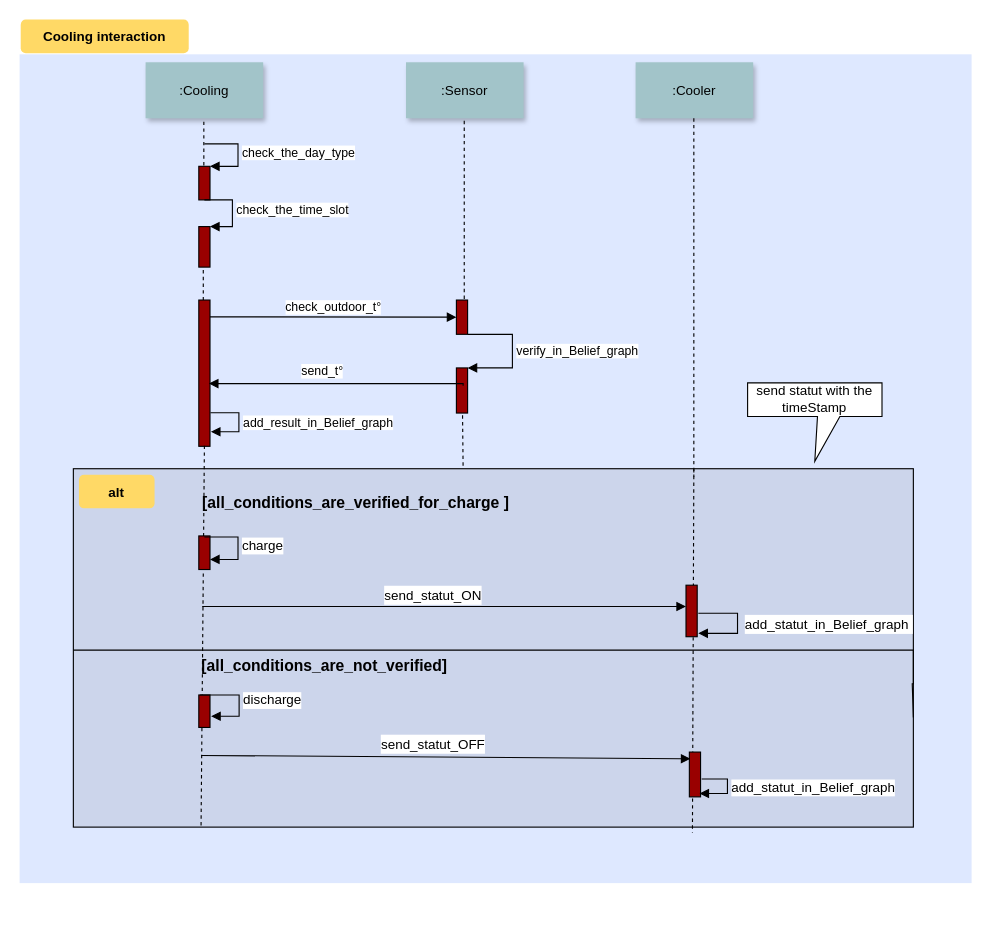
Above: page "Page-1" (1 of 4) of Untitled Diagram.drawio in MiriamZawadi/-checs (draw.io), before the change. Source tidied: cells renumbered, new cells numbered last; positions are measured from the earlier drawing's top-left corner, leaving out a move shared by most shapes. Both pictures are drawn from the tidied source at 112%, with x=0, y=0 at pixel (19, 19).
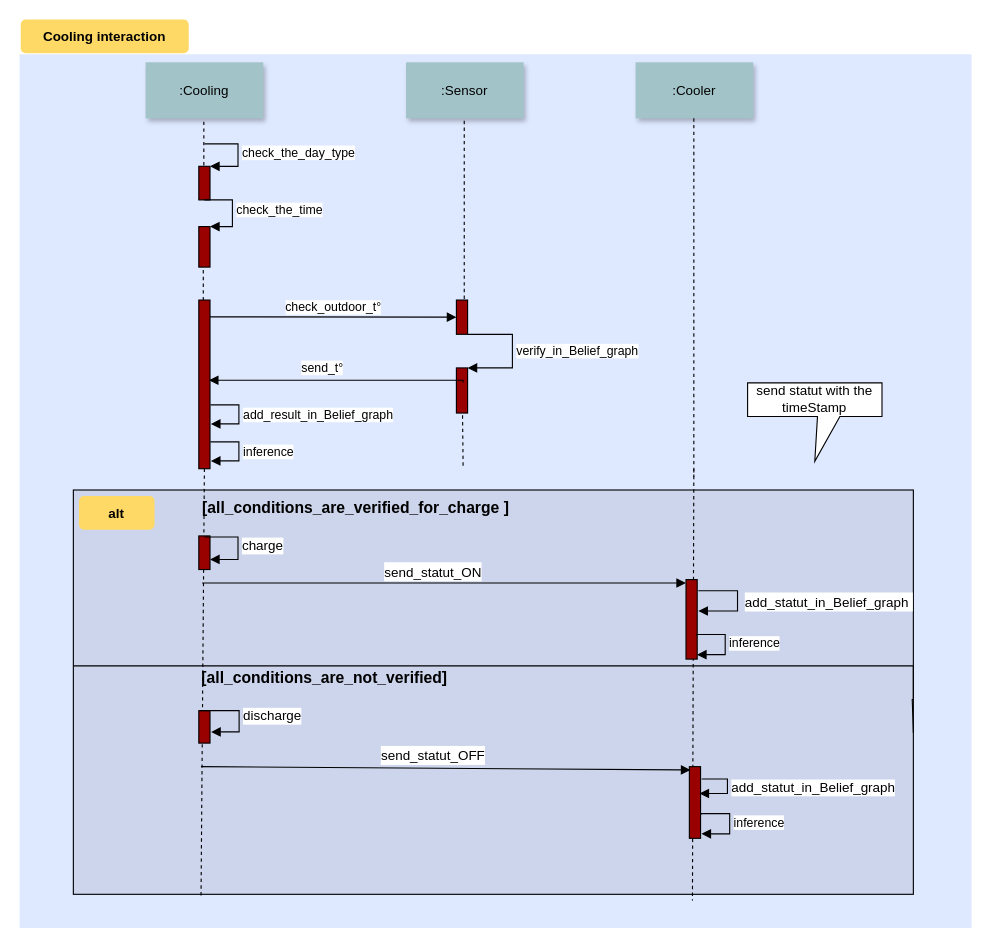
After the change.

Unchanged cells that the change refers to:
```xml
<mxCell id="12" style="html=1;points=[];perimeter=orthogonalPerimeter;strokeColor=#000000;fillColor=#990000;" parent="1" vertex="1">
  <mxGeometry x="160" y="184.8" width="10" height="36.2" as="geometry" />
</mxCell>
```

The edit, as a diff of the source:
```diff
@@
     <mxCell id="2" style="fillColor=#DEE8FF;strokeColor=none;" parent="1" vertex="1">
-      <mxGeometry y="31" width="850" height="740" as="geometry" />
+      <mxGeometry y="31" width="850" height="780" as="geometry" />
     </mxCell>
     <mxCell id="3" style="fillColor=#CCD5EB;" parent="1" vertex="1">
-      <mxGeometry x="48" y="401" width="750" height="320" as="geometry" />
+      <mxGeometry x="48" y="420" width="750" height="361" as="geometry" />
     </mxCell>
@@
-    <mxCell id="13" value="check_the_time_slot" style="edgeStyle=orthogonalEdgeStyle;html=1;align=left;spacingLeft=2;endArrow=block;rounded=0;entryX=1;entryY=0;fillColor=#990000;" parent="1" edge="1" target="12">
+    <mxCell id="13" value="check_the_time" style="edgeStyle=orthogonalEdgeStyle;html=1;align=left;spacingLeft=2;endArrow=block;rounded=0;entryX=1;entryY=0;fillColor=#990000;" parent="1" edge="1" target="12">
       <mxGeometry relative="1" as="geometry">
         <mxPoint x="165" y="161" as="sourcePoint" />
         <Array as="points">
           <mxPoint x="190" y="161" />
           <mxPoint x="190" y="185" />
         </Array>
       </mxGeometry>
     </mxCell>
     <mxCell id="14" style="html=1;points=[];perimeter=orthogonalPerimeter;strokeColor=#000000;fillColor=#990000;" parent="1" vertex="1">
-      <mxGeometry x="160" y="250.4" width="10" height="130.6" as="geometry" />
+      <mxGeometry x="160" y="250.4" width="10" height="150.6" as="geometry" />
     </mxCell>
@@
     <mxCell id="19" value="send_t°" style="endArrow=block;endFill=1;html=1;edgeStyle=orthogonalEdgeStyle;align=left;verticalAlign=top;rounded=0;fillColor=#990000;exitX=0.9;exitY=0.397;exitDx=0;exitDy=0;exitPerimeter=0;entryX=1.2;entryY=0.571;entryDx=0;entryDy=0;entryPerimeter=0;" parent="1" edge="1">
       <mxGeometry x="0.29" y="-24" relative="1" as="geometry">
-        <mxPoint x="396" y="327" as="sourcePoint" />
-        <mxPoint x="169" y="325" as="targetPoint" />
+        <mxPoint x="396" y="324" as="sourcePoint" />
+        <mxPoint x="169" y="322" as="targetPoint" />
         <Array as="points">
-          <mxPoint x="396" y="325" />
+          <mxPoint x="396" y="322" />
         </Array>
       </mxGeometry>
     </mxCell>
     <mxCell id="20" value="add_result_in_Belief_graph" style="edgeStyle=orthogonalEdgeStyle;html=1;align=left;spacingLeft=2;endArrow=block;rounded=0;fillColor=#990000;" parent="1" edge="1">
       <mxGeometry relative="1" as="geometry">
-        <mxPoint x="170.4" y="351" as="sourcePoint" />
-        <mxPoint x="170.8" y="368" as="targetPoint" />
+        <mxPoint x="170.4" y="344" as="sourcePoint" />
+        <mxPoint x="170.8" y="361" as="targetPoint" />
         <Array as="points">
-          <mxPoint x="195.8" y="351" />
-          <mxPoint x="195.8" y="368" />
+          <mxPoint x="195.8" y="344" />
+          <mxPoint x="195.8" y="361" />
         </Array>
       </mxGeometry>
     </mxCell>
@@
     <mxCell id="22" value="alt" style="rounded=1;fontStyle=1;fillColor=#FFD966;strokeColor=none;" parent="1" vertex="1">
-      <mxGeometry x="53" y="406.4" width="67.5" height="30" as="geometry" />
+      <mxGeometry x="53" y="425.4" width="67.5" height="30" as="geometry" />
     </mxCell>
     <mxCell id="23" value="&lt;h1&gt;&lt;font style=&quot;font-size: 14px;&quot;&gt;&lt;span style=&quot;white-space: pre;&quot;&gt; &lt;span style=&quot;white-space: pre;&quot;&gt; &lt;/span&gt;&lt;/span&gt;[all_conditions_are_verified_for_charge ]&lt;/font&gt;&lt;/h1&gt;" style="text;html=1;align=center;verticalAlign=middle;fillColor=none;strokeColor=none;rounded=0;" parent="1" vertex="1">
-      <mxGeometry x="116" y="394.4" width="360" height="70" as="geometry" />
+      <mxGeometry x="115.5" y="398" width="360" height="70" as="geometry" />
     </mxCell>
     <mxCell id="24" style="edgeStyle=none;endArrow=none;dashed=1;entryX=0.152;entryY=1.003;entryDx=0;entryDy=0;entryPerimeter=0;" parent="1" edge="1" target="3">
       <mxGeometry x="74.3" y="454.5" as="geometry">
-        <mxPoint x="165" y="380.5" as="sourcePoint" />
+        <mxPoint x="165" y="401" as="sourcePoint" />
       </mxGeometry>
     </mxCell>
@@
     <mxCell id="26" style="html=1;verticalAlign=bottom;endArrow=block;rounded=0;fontSize=14;fillColor=#990000;" parent="1" edge="1">
       <mxGeometry relative="1" as="geometry">
-        <mxPoint x="163" y="524" as="sourcePoint" />
-        <mxPoint x="595" y="524" as="targetPoint" />
+        <mxPoint x="163" y="503" as="sourcePoint" />
+        <mxPoint x="595" y="503" as="targetPoint" />
       </mxGeometry>
     </mxCell>
@@
     <mxCell id="30" style="endArrow=none;html=1;edgeStyle=orthogonalEdgeStyle;rounded=0;fontSize=12;fillColor=#990000;" parent="1" edge="1">
       <mxGeometry relative="1" as="geometry">
-        <mxPoint x="48" y="563" as="sourcePoint" />
-        <mxPoint x="798" y="623" as="targetPoint" />
+        <mxPoint x="48" y="577" as="sourcePoint" />
+        <mxPoint x="798" y="637" as="targetPoint" />
         <Array as="points">
-          <mxPoint x="798" y="563" />
-          <mxPoint x="798" y="593" />
-          <mxPoint x="797" y="593" />
+          <mxPoint x="798" y="577" />
+          <mxPoint x="798" y="607" />
+          <mxPoint x="797" y="607" />
         </Array>
       </mxGeometry>
     </mxCell>
     <mxCell id="31" value="&lt;h1&gt;&lt;font style=&quot;font-size: 14px;&quot;&gt;[all_conditions_are_not_verified]&lt;/font&gt;&lt;/h1&gt;" style="text;html=1;align=center;verticalAlign=middle;fillColor=none;strokeColor=none;rounded=0;fontSize=12;" parent="1" vertex="1">
-      <mxGeometry x="152" y="539" width="240" height="70" as="geometry" />
+      <mxGeometry x="152" y="550" width="240" height="70" as="geometry" />
     </mxCell>
     <mxCell id="32" style="html=1;verticalAlign=bottom;endArrow=block;rounded=0;fontSize=14;fillColor=#990000;" parent="1" edge="1">
       <mxGeometry relative="1" as="geometry">
-        <mxPoint x="162" y="657" as="sourcePoint" />
-        <mxPoint x="599" y="660" as="targetPoint" />
+        <mxPoint x="162" y="667" as="sourcePoint" />
+        <mxPoint x="599" y="670" as="targetPoint" />
       </mxGeometry>
     </mxCell>
@@
     <mxCell id="34" style="html=1;perimeter=orthogonalPerimeter;fontSize=14;strokeColor=#000000;fillColor=#990000;" parent="1" vertex="1">
-      <mxGeometry x="595" y="505" width="10" height="46" as="geometry" />
+      <mxGeometry x="595" y="500" width="10" height="71" as="geometry" />
     </mxCell>
     <mxCell id="35" value="&lt;font style=&quot;font-size: 12px;&quot;&gt;add_statut_in_Belief_graph&lt;/font&gt;&amp;nbsp;" style="edgeStyle=orthogonalEdgeStyle;html=1;align=left;spacingLeft=2;endArrow=block;rounded=0;entryX=1;entryY=0;fontSize=14;fillColor=#990000;" parent="1" edge="1">
       <mxGeometry x="0.02" y="3" relative="1" as="geometry">
-        <mxPoint x="606" y="530" as="sourcePoint" />
-        <mxPoint x="606" y="548" as="targetPoint" />
+        <mxPoint x="606" y="510" as="sourcePoint" />
+        <mxPoint x="606" y="528" as="targetPoint" />
         <Array as="points">
-          <mxPoint x="641" y="530" />
-          <mxPoint x="641" y="548" />
+          <mxPoint x="641" y="510" />
+          <mxPoint x="641" y="528" />
         </Array>
       </mxGeometry>
     </mxCell>
     <mxCell id="36" style="html=1;perimeter=orthogonalPerimeter;fontSize=12;strokeColor=#000000;fillColor=#990000;" parent="1" vertex="1">
-      <mxGeometry x="598" y="654" width="10" height="40" as="geometry" />
+      <mxGeometry x="598" y="667" width="10" height="64" as="geometry" />
     </mxCell>
@@
     <mxCell id="38" style="html=1;perimeter=orthogonalPerimeter;fillColor=#990000;" parent="1" vertex="1">
-      <mxGeometry x="160" y="603" width="10" height="29" as="geometry" />
+      <mxGeometry x="160" y="617" width="10" height="29" as="geometry" />
     </mxCell>
     <mxCell id="39" value="&lt;font style=&quot;font-size: 12px;&quot;&gt;discharge&lt;/font&gt;" style="edgeStyle=orthogonalEdgeStyle;html=1;align=left;spacingLeft=2;endArrow=block;rounded=0;entryX=1;entryY=0;" parent="1" edge="1">
       <mxGeometry relative="1" as="geometry">
-        <mxPoint x="161" y="603" as="sourcePoint" />
-        <mxPoint x="171" y="622" as="targetPoint" />
+        <mxPoint x="161" y="617" as="sourcePoint" />
+        <mxPoint x="171" y="636" as="targetPoint" />
         <Array as="points">
-          <mxPoint x="171" y="603" />
-          <mxPoint x="196" y="603" />
-          <mxPoint x="196" y="622" />
+          <mxPoint x="171" y="617" />
+          <mxPoint x="196" y="617" />
+          <mxPoint x="196" y="636" />
         </Array>
       </mxGeometry>
     </mxCell>
@@
+    <mxCell id="43" value="inference" style="edgeStyle=orthogonalEdgeStyle;html=1;align=left;spacingLeft=2;endArrow=block;rounded=0;fillColor=#990000;" parent="1" edge="1">
+      <mxGeometry relative="1" as="geometry">
+        <mxPoint x="170.4" y="377" as="sourcePoint" />
+        <mxPoint x="170.8" y="394" as="targetPoint" />
+        <Array as="points">
+          <mxPoint x="195.8" y="377" />
+          <mxPoint x="195.8" y="394" />
+        </Array>
+      </mxGeometry>
+    </mxCell>
+    <mxCell id="44" value="inference" style="edgeStyle=orthogonalEdgeStyle;html=1;align=left;spacingLeft=2;endArrow=block;rounded=0;fillColor=#990000;" parent="1" edge="1">
+      <mxGeometry relative="1" as="geometry">
+        <mxPoint x="604.4" y="550" as="sourcePoint" />
+        <mxPoint x="604.8" y="567" as="targetPoint" />
+        <Array as="points">
+          <mxPoint x="604" y="549" />
+          <mxPoint x="630" y="549" />
+          <mxPoint x="630" y="567" />
+        </Array>
+      </mxGeometry>
+    </mxCell>
+    <mxCell id="45" value="inference" style="edgeStyle=orthogonalEdgeStyle;html=1;align=left;spacingLeft=2;endArrow=block;rounded=0;fillColor=#990000;" parent="1" edge="1">
+      <mxGeometry relative="1" as="geometry">
+        <mxPoint x="608.4" y="710" as="sourcePoint" />
+        <mxPoint x="608.8" y="727" as="targetPoint" />
+        <Array as="points">
+          <mxPoint x="608" y="709" />
+          <mxPoint x="634" y="709" />
+          <mxPoint x="634" y="727" />
+        </Array>
+      </mxGeometry>
+    </mxCell>
```
